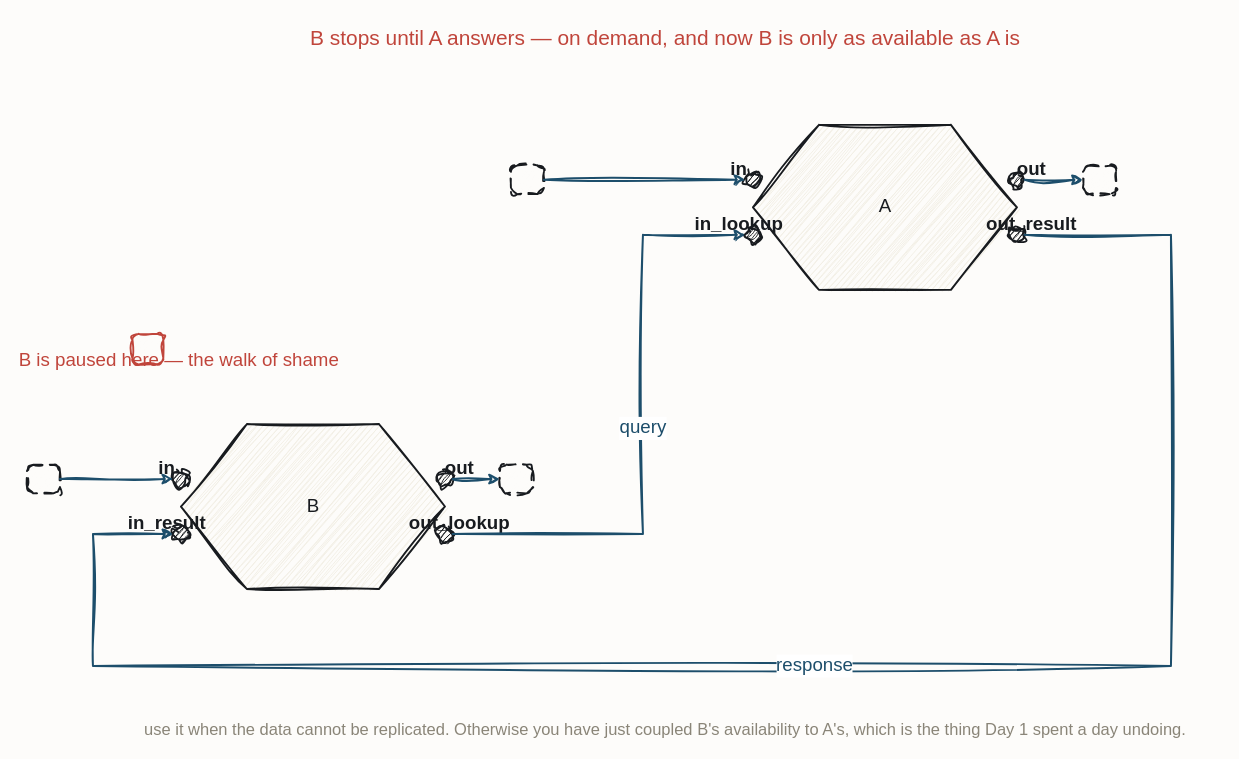
Above: resources/flow-lookup-port.drawio in iancooper/practical-messaging (draw.io), before the change. Source tidied: cells renumbered, new cells numbered last; positions are measured from the earlier drawing's top-left corner, leaving out a move shared by most shapes. Both pictures are drawn from the tidied source at 110%, with x=0, y=0 at pixel (26, 19).
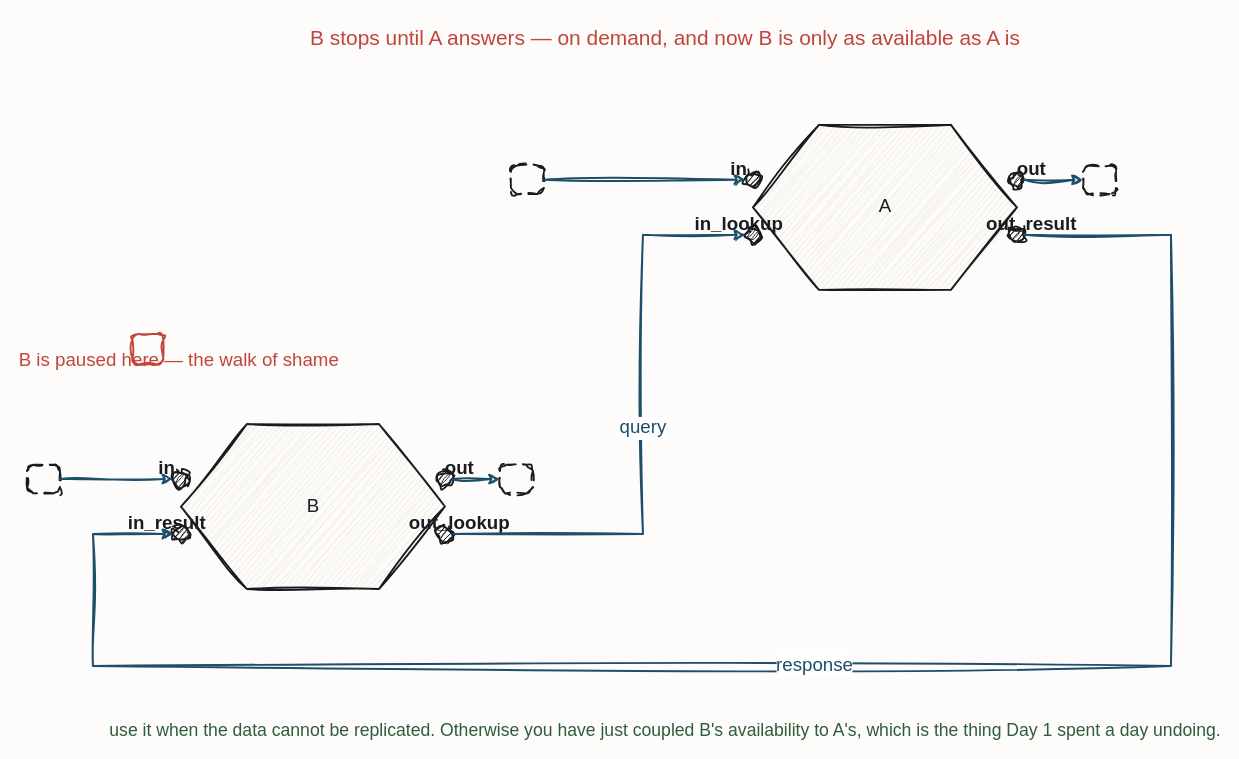
The same page after the edit.

The edit, as a diff of the source:
```diff
@@
-    <mxCell id="27" value="use it when the data cannot be replicated. Otherwise you have just coupled B's availability to A's, which is the thing Day 1 spent a day undoing." style="text;html=1;align=center;fontFamily=Caveat;fontSize=15;fontColor=#8A8578;" parent="1" vertex="1">
+    <mxCell id="27" value="use it when the data cannot be replicated. Otherwise you have just coupled B's availability to A's, which is the thing Day 1 spent a day undoing." style="text;html=1;align=center;fontFamily=Caveat;fontSize=16;fontColor=#2F5D3A;" parent="1" vertex="1">
       <mxGeometry x="520" y="630" width="120" height="20" as="geometry" />
     </mxCell>
```
